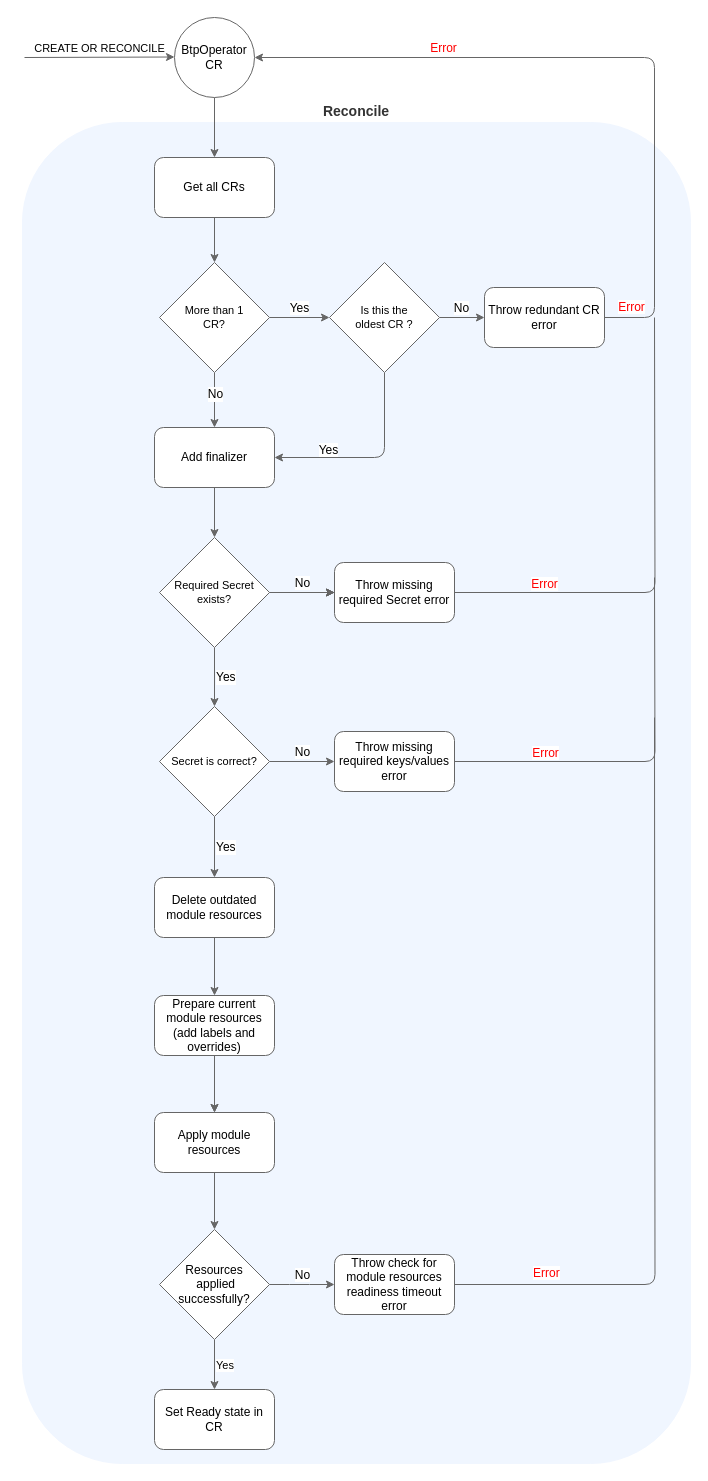
Before: docs/assets/activity_provisioning.drawio in kyma-project/btp-manager, a draw.io diagram. Source tidied: cells renumbered, new cells numbered last; positions are measured from the earlier drawing's top-left corner, leaving out a move shared by most shapes. Both pictures are drawn from the tidied source at 100%, with x=0, y=0 at pixel (22, 17).
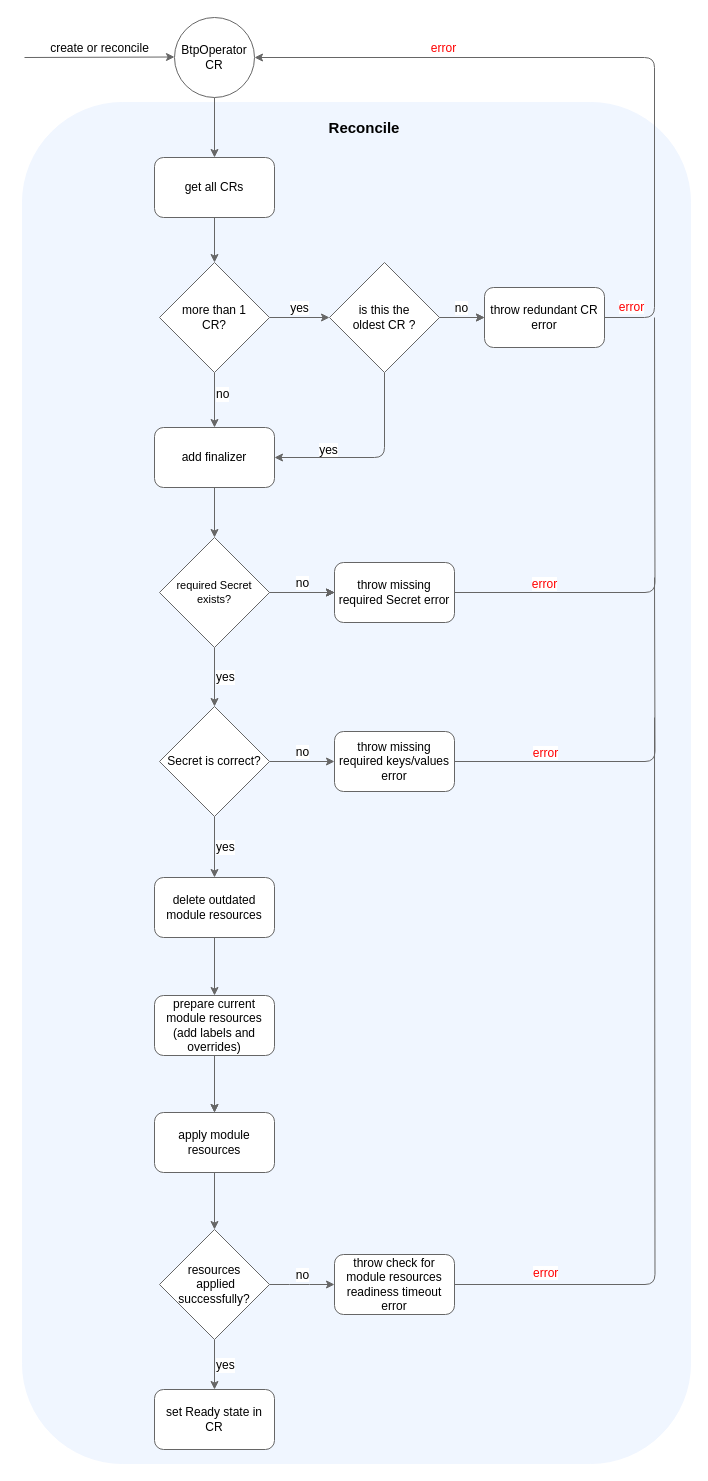
After the change.

Commit message (it also covers changes not shown here):
Apply review suggestions

Unchanged cells that the change refers to:
```xml
<mxCell id="6" style="edgeStyle=orthogonalEdgeStyle;rounded=1;jettySize=auto;html=1;fontSize=12;strokeColor=#666666;" parent="1" edge="1" source="9" target="13">
  <mxGeometry relative="1" as="geometry" />
</mxCell>
<mxCell id="15" style="edgeStyle=orthogonalEdgeStyle;rounded=1;jettySize=auto;html=1;fontSize=12;strokeColor=#666666;" parent="1" edge="1" source="17" target="21">
  <mxGeometry relative="1" as="geometry" />
</mxCell>
<mxCell id="18" style="edgeStyle=orthogonalEdgeStyle;rounded=1;jettySize=auto;html=1;exitX=1;exitY=0.5;exitDx=0;exitDy=0;entryX=1;entryY=0.5;entryDx=0;entryDy=0;fontSize=12;strokeColor=#666666;" parent="1" edge="1" source="21" target="4">
  <mxGeometry relative="1" as="geometry">
    <Array as="points">
      <mxPoint x="632" y="300" />
      <mxPoint x="632" y="40" />
    </Array>
  </mxGeometry>
</mxCell>
<mxCell id="26" style="edgeStyle=orthogonalEdgeStyle;rounded=1;jettySize=auto;html=1;fontSize=12;fontColor=#FF0000;endArrow=none;endFill=0;strokeColor=#666666;" parent="1" edge="1" source="28">
  <mxGeometry relative="1" as="geometry">
    <mxPoint x="632" y="300" as="targetPoint" />
  </mxGeometry>
</mxCell>
<mxCell id="32" style="edgeStyle=orthogonalEdgeStyle;rounded=1;jettySize=auto;html=1;fontSize=12;fontColor=#000000;endArrow=none;endFill=0;strokeColor=#666666;" parent="1" edge="1" source="34">
  <mxGeometry relative="1" as="geometry">
    <mxPoint x="632" y="560" as="targetPoint" />
  </mxGeometry>
</mxCell>
<mxCell id="40" style="edgeStyle=orthogonalEdgeStyle;rounded=1;jettySize=auto;html=1;strokeColor=#666666;fontSize=12;" parent="1" edge="1" source="42" target="45">
  <mxGeometry relative="1" as="geometry" />
</mxCell>
```

Change to the diagram source:
```diff
@@
-    <mxCell id="2" value="Reconcile" style="rounded=1;whiteSpace=wrap;html=1;fontColor=#333333;fillColor=#f0f6ff;strokeColor=#f0f6ff;labelPosition=center;verticalLabelPosition=top;align=center;verticalAlign=bottom;fontStyle=1;fontSize=14;" parent="1" vertex="1">
-      <mxGeometry y="105" width="668" height="1341" as="geometry" />
+    <mxCell id="2" style="rounded=1;whiteSpace=wrap;html=1;fontColor=#333333;fillColor=#f0f6ff;strokeColor=#f0f6ff;labelPosition=center;verticalLabelPosition=top;align=center;verticalAlign=bottom;fontStyle=1;fontSize=14;" parent="1" vertex="1">
+      <mxGeometry y="85" width="668" height="1361" as="geometry" />
     </mxCell>
@@
-    <mxCell id="5" value="CREATE OR RECONCILE" style="endArrow=classic;html=1;rounded=1;labelPosition=center;verticalLabelPosition=top;align=center;verticalAlign=bottom;strokeColor=#666666;" parent="1" edge="1">
+    <mxCell id="5" value="&lt;font style=&quot;font-size: 12px;&quot;&gt;create or reconcile&lt;/font&gt;" style="endArrow=classic;html=1;rounded=1;labelPosition=center;verticalLabelPosition=top;align=center;verticalAlign=bottom;strokeColor=#666666;" parent="1" edge="1">
       <mxGeometry relative="1" as="geometry">
         <mxPoint x="2" y="40" as="sourcePoint" />
         <mxPoint x="152" y="39.5" as="targetPoint" />
       </mxGeometry>
     </mxCell>
@@
-    <mxCell id="7" value="No" style="edgeLabel;html=1;align=center;verticalAlign=middle;fontSize=12;" parent="6" vertex="1">
+    <mxCell id="7" value="no" style="edgeLabel;html=1;align=left;verticalAlign=middle;fontSize=12;labelPosition=right;verticalLabelPosition=middle;" parent="6" vertex="1">
       <mxGeometry x="-0.25" y="1" relative="1" as="geometry">
         <mxPoint x="-1" as="offset" />
       </mxGeometry>
     </mxCell>
-    <mxCell id="8" value="Yes" style="edgeStyle=orthogonalEdgeStyle;rounded=1;jettySize=auto;html=1;fontSize=12;strokeColor=#666666;verticalAlign=bottom;" parent="1" edge="1" source="9" target="17">
+    <mxCell id="8" value="yes" style="edgeStyle=orthogonalEdgeStyle;rounded=1;jettySize=auto;html=1;fontSize=12;strokeColor=#666666;verticalAlign=bottom;" parent="1" edge="1" source="9" target="17">
       <mxGeometry relative="1" as="geometry" />
     </mxCell>
-    <mxCell id="9" value="More than 1 &lt;br style=&quot;font-size: 11px;&quot;&gt;CR?" style="rhombus;whiteSpace=wrap;html=1;fontSize=11;strokeColor=#666666;" parent="1" vertex="1">
+    <mxCell id="9" value="&lt;font style=&quot;font-size: 12px;&quot;&gt;more than 1 &lt;br style=&quot;&quot;&gt;CR?&lt;/font&gt;" style="rhombus;whiteSpace=wrap;html=1;fontSize=11;strokeColor=#666666;" parent="1" vertex="1">
       <mxGeometry x="137" y="245" width="110" height="110" as="geometry" />
     </mxCell>
@@
-    <mxCell id="11" value="Get all CRs" style="rounded=1;whiteSpace=wrap;html=1;fontSize=12;strokeColor=#666666;" parent="1" vertex="1">
+    <mxCell id="11" value="get all CRs" style="rounded=1;whiteSpace=wrap;html=1;fontSize=12;strokeColor=#666666;" parent="1" vertex="1">
       <mxGeometry x="132" y="140" width="120" height="60" as="geometry" />
     </mxCell>
@@
-    <mxCell id="13" value="Add finalizer" style="whiteSpace=wrap;html=1;rounded=1;strokeColor=#666666;" parent="1" vertex="1">
+    <mxCell id="13" value="add finalizer" style="whiteSpace=wrap;html=1;rounded=1;strokeColor=#666666;" parent="1" vertex="1">
       <mxGeometry x="132" y="410" width="120" height="60" as="geometry" />
     </mxCell>
-    <mxCell id="14" value="Yes" style="edgeStyle=orthogonalEdgeStyle;rounded=1;jettySize=auto;html=1;exitX=0.5;exitY=1;exitDx=0;exitDy=0;entryX=1;entryY=0.5;entryDx=0;entryDy=0;fontSize=12;strokeColor=#666666;verticalAlign=bottom;" parent="1" edge="1" source="17" target="13">
+    <mxCell id="14" value="yes" style="edgeStyle=orthogonalEdgeStyle;rounded=1;jettySize=auto;html=1;exitX=0.5;exitY=1;exitDx=0;exitDy=0;entryX=1;entryY=0.5;entryDx=0;entryDy=0;fontSize=12;strokeColor=#666666;verticalAlign=bottom;" parent="1" edge="1" source="17" target="13">
       <mxGeometry x="0.45" y="2" relative="1" as="geometry" />
     </mxCell>
@@
-    <mxCell id="16" value="No" style="edgeLabel;html=1;align=center;verticalAlign=bottom;fontSize=12;" parent="15" vertex="1">
+    <mxCell id="16" value="no" style="edgeLabel;html=1;align=center;verticalAlign=bottom;fontSize=12;" parent="15" vertex="1">
       <mxGeometry x="-0.07" y="1" relative="1" as="geometry" />
     </mxCell>
-    <mxCell id="17" value="Is this the &lt;br style=&quot;font-size: 11px;&quot;&gt;oldest CR ?" style="rhombus;whiteSpace=wrap;html=1;fontSize=11;strokeColor=#666666;" parent="1" vertex="1">
+    <mxCell id="17" value="&lt;font style=&quot;font-size: 12px;&quot;&gt;is this the &lt;br style=&quot;&quot;&gt;oldest CR ?&lt;/font&gt;" style="rhombus;whiteSpace=wrap;html=1;fontSize=11;strokeColor=#666666;" parent="1" vertex="1">
       <mxGeometry x="307" y="245" width="110" height="110" as="geometry" />
     </mxCell>
@@
-    <mxCell id="19" value="&lt;font color=&quot;#ff0000&quot;&gt;Error&lt;/font&gt;" style="edgeLabel;html=1;align=center;verticalAlign=bottom;fontSize=12;" parent="18" vertex="1">
+    <mxCell id="19" value="&lt;font color=&quot;#ff0000&quot;&gt;error&lt;/font&gt;" style="edgeLabel;html=1;align=center;verticalAlign=bottom;fontSize=12;" parent="18" vertex="1">
       <mxGeometry x="0.47" y="-1" relative="1" as="geometry" />
     </mxCell>
-    <mxCell id="20" value="&lt;font color=&quot;#ff0000&quot;&gt;Error&lt;/font&gt;" style="edgeLabel;html=1;align=center;verticalAlign=bottom;fontSize=12;fontColor=#000000;" parent="18" vertex="1">
+    <mxCell id="20" value="&lt;font color=&quot;#ff0000&quot;&gt;error&lt;/font&gt;" style="edgeLabel;html=1;align=center;verticalAlign=bottom;fontSize=12;fontColor=#000000;" parent="18" vertex="1">
       <mxGeometry x="-0.91" y="2" relative="1" as="geometry">
         <mxPoint x="-6" as="offset" />
       </mxGeometry>
     </mxCell>
+    <mxCell id="49" style="edgeStyle=orthogonalEdgeStyle;rounded=1;jettySize=auto;html=1;strokeColor=#666666;" parent="1" edge="1" source="17" target="21">
+      <mxGeometry relative="1" as="geometry" />
+    </mxCell>
-    <mxCell id="21" value="Throw redundant CR error" style="whiteSpace=wrap;html=1;rounded=1;strokeColor=#666666;" parent="1" vertex="1">
+    <mxCell id="21" value="throw redundant CR error" style="whiteSpace=wrap;html=1;rounded=1;strokeColor=#666666;" parent="1" vertex="1">
       <mxGeometry x="462" y="270" width="120" height="60" as="geometry" />
     </mxCell>
-    <mxCell id="22" value="No" style="edgeStyle=orthogonalEdgeStyle;rounded=0;jettySize=auto;html=1;fontSize=12;fontColor=#000000;endArrow=classic;endFill=1;verticalAlign=bottom;" parent="1" edge="1" source="25" target="28">
+    <mxCell id="22" value="no" style="edgeStyle=orthogonalEdgeStyle;rounded=0;jettySize=auto;html=1;fontSize=12;fontColor=#000000;endArrow=classic;endFill=1;verticalAlign=bottom;" parent="1" edge="1" source="25" target="28">
       <mxGeometry relative="1" as="geometry" />
     </mxCell>
-    <mxCell id="23" value="Yes" style="edgeStyle=orthogonalEdgeStyle;rounded=1;jettySize=auto;html=1;fontSize=12;fontColor=#000000;endArrow=classic;endFill=1;strokeColor=#666666;labelPosition=right;verticalLabelPosition=middle;align=left;verticalAlign=middle;" parent="1" edge="1" source="25" target="31">
+    <mxCell id="23" value="yes" style="edgeStyle=orthogonalEdgeStyle;rounded=1;jettySize=auto;html=1;fontSize=12;fontColor=#000000;endArrow=classic;endFill=1;strokeColor=#666666;labelPosition=right;verticalLabelPosition=middle;align=left;verticalAlign=middle;" parent="1" edge="1" source="25" target="31">
       <mxGeometry relative="1" as="geometry" />
     </mxCell>
@@
-    <mxCell id="25" value="Required Secret exists?" style="rhombus;whiteSpace=wrap;html=1;fontSize=11;strokeColor=#666666;" parent="1" vertex="1">
+    <mxCell id="25" value="required Secret exists?" style="rhombus;whiteSpace=wrap;html=1;fontSize=11;strokeColor=#666666;" parent="1" vertex="1">
       <mxGeometry x="137" y="520" width="110" height="110" as="geometry" />
     </mxCell>
@@
-    <mxCell id="27" value="Error" style="edgeLabel;html=1;align=center;verticalAlign=bottom;fontSize=12;fontColor=#FF0000;" parent="26" vertex="1">
+    <mxCell id="27" value="error" style="edgeLabel;html=1;align=center;verticalAlign=bottom;fontSize=12;fontColor=#FF0000;" parent="26" vertex="1">
       <mxGeometry x="-0.59" y="2" relative="1" as="geometry">
         <mxPoint x="-8" y="2" as="offset" />
       </mxGeometry>
     </mxCell>
-    <mxCell id="28" value="Throw missing required Secret error" style="whiteSpace=wrap;html=1;rounded=1;strokeColor=#666666;" parent="1" vertex="1">
+    <mxCell id="28" value="throw missing required Secret error" style="whiteSpace=wrap;html=1;rounded=1;strokeColor=#666666;" parent="1" vertex="1">
       <mxGeometry x="312" y="545" width="120" height="60" as="geometry" />
     </mxCell>
-    <mxCell id="29" value="No" style="edgeStyle=orthogonalEdgeStyle;rounded=1;jettySize=auto;html=1;fontSize=12;fontColor=#000000;endArrow=classic;endFill=1;strokeColor=#666666;verticalAlign=bottom;" parent="1" edge="1" source="31" target="34">
+    <mxCell id="29" value="no" style="edgeStyle=orthogonalEdgeStyle;rounded=1;jettySize=auto;html=1;fontSize=12;fontColor=#000000;endArrow=classic;endFill=1;strokeColor=#666666;verticalAlign=bottom;" parent="1" edge="1" source="31" target="34">
       <mxGeometry relative="1" as="geometry" />
     </mxCell>
-    <mxCell id="30" value="Yes" style="edgeStyle=orthogonalEdgeStyle;rounded=1;jettySize=auto;html=1;fontSize=12;fontColor=#000000;endArrow=classic;endFill=1;strokeColor=#666666;labelPosition=right;verticalLabelPosition=middle;align=left;verticalAlign=middle;" parent="1" edge="1" source="31" target="36">
+    <mxCell id="30" value="yes" style="edgeStyle=orthogonalEdgeStyle;rounded=1;jettySize=auto;html=1;fontSize=12;fontColor=#000000;endArrow=classic;endFill=1;strokeColor=#666666;labelPosition=right;verticalLabelPosition=middle;align=left;verticalAlign=middle;" parent="1" edge="1" source="31" target="36">
       <mxGeometry relative="1" as="geometry" />
     </mxCell>
-    <mxCell id="31" value="Secret is correct?" style="rhombus;whiteSpace=wrap;html=1;fontSize=11;strokeColor=#666666;" parent="1" vertex="1">
+    <mxCell id="31" value="&lt;font style=&quot;font-size: 12px;&quot;&gt;Secret is correct?&lt;/font&gt;" style="rhombus;whiteSpace=wrap;html=1;fontSize=11;strokeColor=#666666;" parent="1" vertex="1">
       <mxGeometry x="137" y="689" width="110" height="110" as="geometry" />
     </mxCell>
@@
-    <mxCell id="33" value="Error" style="edgeLabel;html=1;align=center;verticalAlign=bottom;fontSize=12;fontColor=#FF0000;" parent="32" vertex="1">
+    <mxCell id="33" value="error" style="edgeLabel;html=1;align=center;verticalAlign=bottom;fontSize=12;fontColor=#FF0000;" parent="32" vertex="1">
       <mxGeometry x="-0.45" y="1" relative="1" as="geometry">
         <mxPoint x="-16" y="1" as="offset" />
       </mxGeometry>
     </mxCell>
-    <mxCell id="34" value="Throw missing required keys/values error" style="whiteSpace=wrap;html=1;rounded=1;strokeColor=#666666;" parent="1" vertex="1">
+    <mxCell id="34" value="throw missing required keys/values error" style="whiteSpace=wrap;html=1;rounded=1;strokeColor=#666666;" parent="1" vertex="1">
       <mxGeometry x="312" y="714" width="120" height="60" as="geometry" />
     </mxCell>
@@
-    <mxCell id="36" value="Delete outdated module resources" style="whiteSpace=wrap;html=1;rounded=1;strokeColor=#666666;" parent="1" vertex="1">
+    <mxCell id="36" value="delete outdated module resources" style="whiteSpace=wrap;html=1;rounded=1;strokeColor=#666666;" parent="1" vertex="1">
       <mxGeometry x="132" y="860" width="120" height="60" as="geometry" />
     </mxCell>
@@
-    <mxCell id="38" value="Prepare current module resources (add labels and overrides)" style="whiteSpace=wrap;html=1;rounded=1;strokeColor=#666666;" parent="1" vertex="1">
+    <mxCell id="38" value="prepare current module resources (add labels and overrides)" style="whiteSpace=wrap;html=1;rounded=1;strokeColor=#666666;" parent="1" vertex="1">
       <mxGeometry x="132" y="978" width="120" height="60" as="geometry" />
     </mxCell>
-    <mxCell id="39" value="&lt;font style=&quot;font-size: 12px;&quot;&gt;No&lt;/font&gt;" style="edgeStyle=orthogonalEdgeStyle;rounded=1;jettySize=auto;html=1;fontSize=12;fontColor=#000000;endArrow=classic;endFill=1;strokeColor=#666666;verticalAlign=bottom;labelPosition=center;verticalLabelPosition=middle;align=center;" parent="1" edge="1" source="42" target="44">
+    <mxCell id="39" value="&lt;font style=&quot;font-size: 12px;&quot;&gt;no&lt;/font&gt;" style="edgeStyle=orthogonalEdgeStyle;rounded=1;jettySize=auto;html=1;fontSize=12;fontColor=#000000;endArrow=classic;endFill=1;strokeColor=#666666;verticalAlign=bottom;labelPosition=center;verticalLabelPosition=middle;align=center;" parent="1" edge="1" source="42" target="44">
       <mxGeometry relative="1" as="geometry">
         <Array as="points">
           <mxPoint x="277" y="1267" />
           <mxPoint x="277" y="1267" />
         </Array>
       </mxGeometry>
     </mxCell>
@@
-    <mxCell id="41" value="Yes" style="edgeLabel;html=1;align=left;verticalAlign=middle;labelPosition=right;verticalLabelPosition=middle;" parent="40" vertex="1">
+    <mxCell id="41" value="&lt;font style=&quot;font-size: 12px;&quot;&gt;yes&lt;/font&gt;" style="edgeLabel;html=1;align=left;verticalAlign=middle;labelPosition=right;verticalLabelPosition=middle;" parent="40" vertex="1">
       <mxGeometry x="-0.02" relative="1" as="geometry" />
     </mxCell>
-    <mxCell id="42" value="&lt;font style=&quot;font-size: 12px;&quot;&gt;Resources&lt;br&gt;&amp;nbsp;applied successfully?&lt;/font&gt;" style="rhombus;whiteSpace=wrap;html=1;strokeColor=#666666;labelPosition=center;verticalLabelPosition=middle;align=center;verticalAlign=middle;" parent="1" vertex="1">
+    <mxCell id="42" value="&lt;font style=&quot;font-size: 12px;&quot;&gt;resources&lt;br&gt;&amp;nbsp;applied successfully?&lt;/font&gt;" style="rhombus;whiteSpace=wrap;html=1;strokeColor=#666666;labelPosition=center;verticalLabelPosition=middle;align=center;verticalAlign=middle;" parent="1" vertex="1">
       <mxGeometry x="137" y="1212" width="110" height="110" as="geometry" />
     </mxCell>
-    <mxCell id="43" value="Error" style="edgeStyle=orthogonalEdgeStyle;rounded=1;jettySize=auto;html=1;fontSize=12;fontColor=#FF0000;endArrow=none;endFill=0;labelBackgroundColor=default;strokeColor=#666666;verticalAlign=bottom;labelPosition=right;verticalLabelPosition=middle;align=left;" parent="1" edge="1" source="44">
+    <mxCell id="43" value="error" style="edgeStyle=orthogonalEdgeStyle;rounded=1;jettySize=auto;html=1;fontSize=12;fontColor=#FF0000;endArrow=none;endFill=0;labelBackgroundColor=default;strokeColor=#666666;verticalAlign=bottom;labelPosition=right;verticalLabelPosition=middle;align=left;" parent="1" edge="1" source="44">
       <mxGeometry x="-0.8" y="2" relative="1" as="geometry">
         <mxPoint x="632" y="700" as="targetPoint" />
       </mxGeometry>
     </mxCell>
-    <mxCell id="44" value="Throw check for module resources readiness timeout error" style="whiteSpace=wrap;html=1;rounded=1;strokeColor=#666666;" parent="1" vertex="1">
+    <mxCell id="44" value="throw check for module resources readiness timeout error" style="whiteSpace=wrap;html=1;rounded=1;strokeColor=#666666;" parent="1" vertex="1">
       <mxGeometry x="312" y="1237" width="120" height="60" as="geometry" />
     </mxCell>
-    <mxCell id="45" value="Set Ready state in&lt;br&gt;CR" style="whiteSpace=wrap;html=1;rounded=1;strokeColor=#666666;" parent="1" vertex="1">
+    <mxCell id="45" value="set Ready state in&lt;br&gt;CR" style="whiteSpace=wrap;html=1;rounded=1;strokeColor=#666666;" parent="1" vertex="1">
       <mxGeometry x="132" y="1372" width="120" height="60" as="geometry" />
     </mxCell>
@@
-    <mxCell id="47" value="Apply module resources" style="whiteSpace=wrap;html=1;rounded=1;strokeColor=#666666;" parent="1" vertex="1">
+    <mxCell id="47" value="apply module resources" style="whiteSpace=wrap;html=1;rounded=1;strokeColor=#666666;" parent="1" vertex="1">
       <mxGeometry x="132" y="1095" width="120" height="60" as="geometry" />
     </mxCell>
@@
+    <mxCell id="50" value="&lt;font style=&quot;font-size: 15px;&quot;&gt;&lt;b&gt;Reconcile&lt;/b&gt;&lt;/font&gt;" style="text;html=1;strokeColor=none;fillColor=none;align=center;verticalAlign=middle;whiteSpace=wrap;rounded=0;" parent="1" vertex="1">
+      <mxGeometry x="312" y="95" width="60" height="30" as="geometry" />
+    </mxCell>
```
